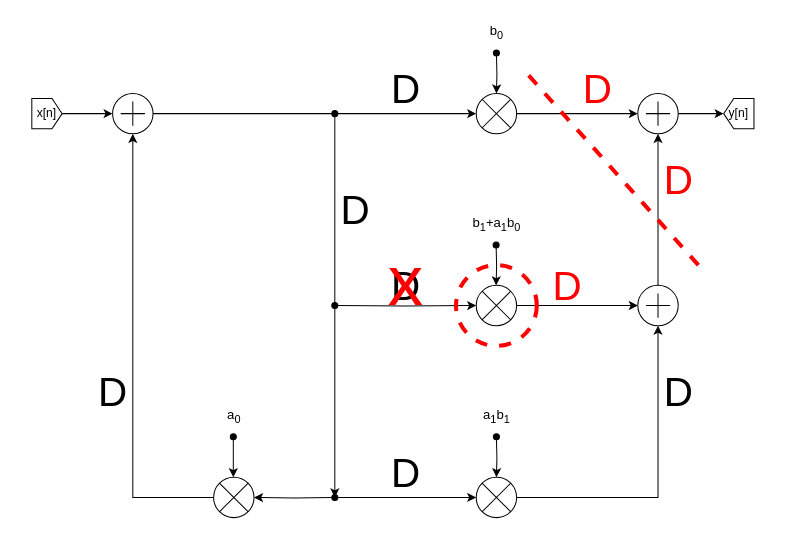
This is LAB1/homebook/images/sorgenti/IIR5.drawio from campandrea/Lab_ISA, a draw.io file, before an edit. Source tidied: cells renumbered, new cells numbered last; positions are measured from the earlier drawing's top-left corner, leaving out a move shared by most shapes. Both pictures are drawn from the tidied source at 101%, with x=0, y=0 at pixel (26, 22).
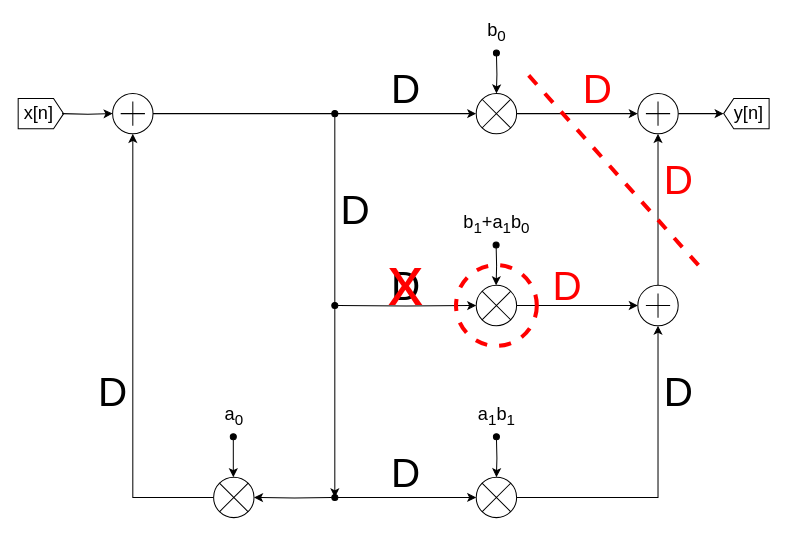
After the change.

The change refers to these unchanged cells:
```xml
<mxCell id="6" style="verticalLabelPosition=bottom;shadow=0;dashed=0;align=center;html=1;verticalAlign=top;shape=mxgraph.electrical.abstract.summation_point;" parent="1" vertex="1">
  <mxGeometry x="605" y="70" width="40" height="40" as="geometry" />
</mxCell>
<mxCell id="8" style="verticalLabelPosition=bottom;shadow=0;dashed=0;align=center;html=1;verticalAlign=top;shape=mxgraph.electrical.abstract.summation_point;" parent="1" vertex="1">
  <mxGeometry x="85" y="70" width="40" height="40" as="geometry" />
</mxCell>
```

What changed in the source:
```diff
@@
-    <mxCell id="5" style="edgeStyle=orthogonalEdgeStyle;rounded=0;jettySize=auto;html=1;" parent="1" edge="1" source="6" target="11">
-      <mxGeometry relative="1" as="geometry" />
+    <mxCell id="5" style="edgeStyle=orthogonalEdgeStyle;rounded=0;jettySize=auto;html=1;" parent="1" edge="1" source="6">
+      <mxGeometry relative="1" as="geometry">
+        <mxPoint x="690" y="90" as="targetPoint" />
+      </mxGeometry>
     </mxCell>
@@
-    <mxCell id="9" style="edgeStyle=orthogonalEdgeStyle;rounded=0;jettySize=auto;html=1;" parent="1" edge="1" source="10" target="8">
-      <mxGeometry relative="1" as="geometry" />
+    <mxCell id="9" style="edgeStyle=orthogonalEdgeStyle;rounded=0;jettySize=auto;html=1;" parent="1" edge="1" target="8">
+      <mxGeometry relative="1" as="geometry">
+        <mxPoint x="35" y="90" as="sourcePoint" />
+      </mxGeometry>
     </mxCell>
-    <mxCell id="10" style="shape=mxgraph.arrows2.arrow;verticalLabelPosition=bottom;shadow=0;dashed=0;align=center;html=1;verticalAlign=top;strokeWidth=1;dy=0;dx=10;notch=0;" parent="1" vertex="1">
-      <mxGeometry x="5" y="75" width="30" height="30" as="geometry" />
-    </mxCell>
-    <mxCell id="11" style="shape=mxgraph.arrows2.arrow;verticalLabelPosition=bottom;shadow=0;dashed=0;align=center;html=1;verticalAlign=top;strokeWidth=1;dy=0;dx=10;notch=0;direction=west;" parent="1" vertex="1">
-      <mxGeometry x="690" y="75" width="30" height="30" as="geometry" />
-    </mxCell>
@@
-    <mxCell id="14" value="x[n]" style="text;html=1;strokeColor=none;fillColor=none;align=center;verticalAlign=middle;whiteSpace=wrap;rounded=0;" parent="1" vertex="1">
-      <mxGeometry y="80" width="40" height="20" as="geometry" />
+    <mxCell id="14" value="&lt;font style=&quot;font-size: 18px&quot;&gt;x[n]&lt;/font&gt;" style="text;html=1;strokeColor=none;fillColor=none;align=center;verticalAlign=middle;whiteSpace=wrap;rounded=0;" parent="1" vertex="1">
+      <mxGeometry x="-8.5" y="80" width="40" height="20" as="geometry" />
     </mxCell>
-    <mxCell id="15" value="y[n]" style="text;html=1;strokeColor=none;fillColor=none;align=center;verticalAlign=middle;whiteSpace=wrap;rounded=0;" parent="1" vertex="1">
-      <mxGeometry x="685" y="80" width="40" height="20" as="geometry" />
+    <mxCell id="15" value="&lt;font style=&quot;font-size: 18px&quot;&gt;y[n]&lt;/font&gt;" style="text;html=1;strokeColor=none;fillColor=none;align=center;verticalAlign=middle;whiteSpace=wrap;rounded=0;" parent="1" vertex="1">
+      <mxGeometry x="695" y="80" width="40" height="20" as="geometry" />
     </mxCell>
-    <mxCell id="16" value="&lt;font style=&quot;font-size: 13px&quot;&gt;b&lt;sub&gt;0&lt;/sub&gt;&lt;/font&gt;" style="text;html=1;align=center;verticalAlign=middle;" parent="1" vertex="1">
-      <mxGeometry x="450" width="30" height="20" as="geometry" />
+    <mxCell id="16" value="&lt;font style=&quot;font-size: 18px&quot;&gt;b&lt;sub&gt;0&lt;/sub&gt;&lt;/font&gt;" style="text;html=1;align=center;verticalAlign=middle;" parent="1" vertex="1">
+      <mxGeometry x="450" y="-5" width="30" height="30" as="geometry" />
     </mxCell>
-    <mxCell id="17" value="&lt;span style=&quot;font-size: 13px&quot;&gt;a&lt;sub&gt;1&lt;/sub&gt;b&lt;sub&gt;1&lt;/sub&gt;&lt;/span&gt;" style="text;html=1;align=center;verticalAlign=middle;" parent="1" vertex="1">
-      <mxGeometry x="445" y="380" width="40" height="20" as="geometry" />
+    <mxCell id="17" value="&lt;span style=&quot;font-size: 18px&quot;&gt;a&lt;sub&gt;1&lt;/sub&gt;b&lt;sub&gt;1&lt;/sub&gt;&lt;/span&gt;" style="text;html=1;align=center;verticalAlign=middle;" parent="1" vertex="1">
+      <mxGeometry x="440" y="375" width="50" height="30" as="geometry" />
     </mxCell>
-    <mxCell id="18" value="&lt;span style=&quot;font-size: 13px&quot;&gt;a&lt;sub&gt;0&lt;/sub&gt;&lt;/span&gt;" style="text;html=1;align=center;verticalAlign=middle;" parent="1" vertex="1">
-      <mxGeometry x="190" y="380" width="30" height="20" as="geometry" />
+    <mxCell id="18" value="&lt;span style=&quot;font-size: 18px&quot;&gt;a&lt;sub&gt;0&lt;/sub&gt;&lt;/span&gt;" style="text;html=1;align=center;verticalAlign=middle;" parent="1" vertex="1">
+      <mxGeometry x="190" y="375" width="30" height="30" as="geometry" />
     </mxCell>
@@
-    <mxCell id="34" value="&lt;font style=&quot;font-size: 13px&quot;&gt;b&lt;sub&gt;1&lt;/sub&gt;+a&lt;sub&gt;1&lt;/sub&gt;b&lt;sub&gt;0&lt;/sub&gt;&lt;/font&gt;" style="text;html=1;align=center;verticalAlign=middle;" parent="1" vertex="1">
-      <mxGeometry x="435" y="190" width="60" height="20" as="geometry" />
+    <mxCell id="34" value="&lt;font style=&quot;font-size: 18px&quot;&gt;b&lt;sub&gt;1&lt;/sub&gt;+a&lt;sub&gt;1&lt;/sub&gt;b&lt;sub&gt;0&lt;/sub&gt;&lt;/font&gt;" style="text;html=1;align=center;verticalAlign=middle;" parent="1" vertex="1">
+      <mxGeometry x="425" y="185" width="80" height="30" as="geometry" />
     </mxCell>
@@
+    <mxCell id="46" style="shape=mxgraph.arrows2.arrow;verticalLabelPosition=bottom;shadow=0;dashed=0;align=center;html=1;verticalAlign=top;strokeWidth=1;dy=0;dx=10;notch=0;fillColor=none;" parent="1" vertex="1">
+      <mxGeometry x="-8.5" y="75" width="45" height="30" as="geometry" />
+    </mxCell>
+    <mxCell id="47" style="shape=mxgraph.arrows2.arrow;verticalLabelPosition=bottom;shadow=0;dashed=0;align=center;html=1;verticalAlign=top;strokeWidth=1;dy=0;dx=10;notch=0;rotation=-180;fillColor=none;" parent="1" vertex="1">
+      <mxGeometry x="690" y="75" width="45" height="30" as="geometry" />
+    </mxCell>
```
